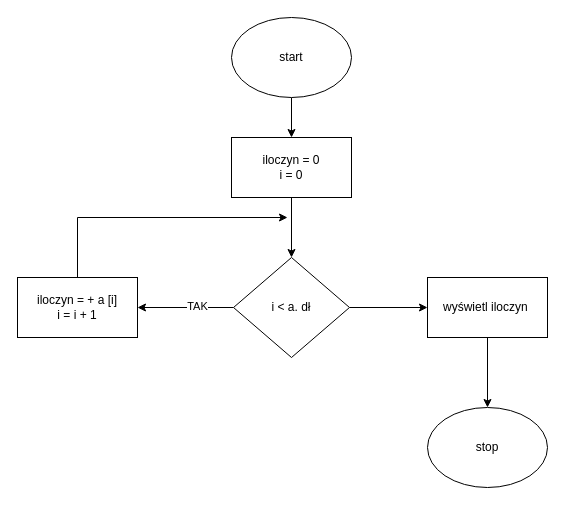
Before: iloczyn elementów tablicy.drawio in adamczewskyy/algorytmy, a draw.io diagram. Source tidied: cells renumbered, new cells numbered last; positions are measured from the earlier drawing's top-left corner, leaving out a move shared by most shapes. Both pictures are drawn from the tidied source at 100%, with x=0, y=0 at pixel (17, 17).
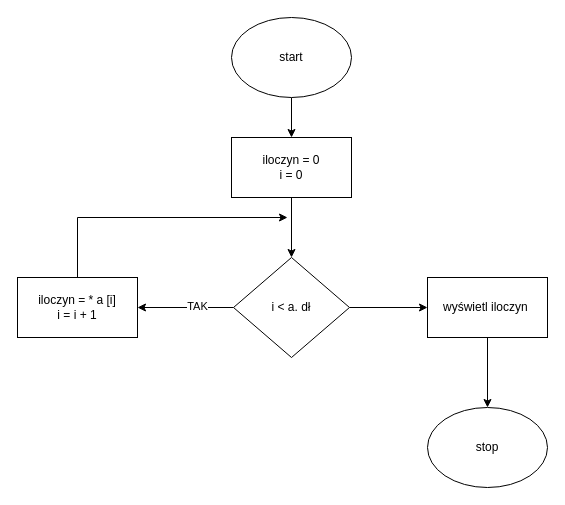
Above is the later version.

What changed in the source:
```diff
@@
 <mxGraphModel>
   <root>
     <mxCell id="0" />
     <mxCell id="1" parent="0" />
     <mxCell id="2" style="edgeStyle=orthogonalEdgeStyle;rounded=0;jettySize=auto;html=1;" parent="1" edge="1" source="3" target="5">
       <mxGeometry relative="1" as="geometry" />
     </mxCell>
     <mxCell id="3" value="start" style="ellipse;whiteSpace=wrap;html=1;" parent="1" vertex="1">
       <mxGeometry x="214" width="120" height="80" as="geometry" />
     </mxCell>
     <mxCell id="4" style="edgeStyle=orthogonalEdgeStyle;rounded=0;jettySize=auto;html=1;" parent="1" edge="1" source="5" target="9">
       <mxGeometry relative="1" as="geometry" />
     </mxCell>
     <mxCell id="5" value="iloczyn = 0&lt;br&gt;i = 0" style="rounded=0;whiteSpace=wrap;html=1;" parent="1" vertex="1">
       <mxGeometry x="214" y="120" width="120" height="60" as="geometry" />
     </mxCell>
     <mxCell id="6" style="edgeStyle=orthogonalEdgeStyle;rounded=0;jettySize=auto;html=1;" parent="1" edge="1" source="9" target="11">
       <mxGeometry relative="1" as="geometry" />
     </mxCell>
     <mxCell id="7" value="TAK" style="edgeLabel;html=1;align=center;verticalAlign=middle;" parent="6" vertex="1">
       <mxGeometry x="-0.23" y="-2" relative="1" as="geometry" />
     </mxCell>
     <mxCell id="8" style="edgeStyle=orthogonalEdgeStyle;rounded=0;jettySize=auto;html=1;" parent="1" edge="1" source="9" target="13">
       <mxGeometry relative="1" as="geometry" />
     </mxCell>
     <mxCell id="9" value="i &amp;lt; a. dł" style="rhombus;whiteSpace=wrap;html=1;" parent="1" vertex="1">
       <mxGeometry x="216" y="240" width="116" height="100" as="geometry" />
     </mxCell>
     <mxCell id="10" style="edgeStyle=orthogonalEdgeStyle;rounded=0;jettySize=auto;html=1;" parent="1" edge="1" source="11">
       <mxGeometry relative="1" as="geometry">
         <mxPoint x="270" y="200" as="targetPoint" />
         <Array as="points">
           <mxPoint x="60" y="200" />
         </Array>
       </mxGeometry>
     </mxCell>
-    <mxCell id="11" value="iloczyn = + a [i]&lt;br&gt;i = i + 1" style="rounded=0;whiteSpace=wrap;html=1;" parent="1" vertex="1">
+    <mxCell id="11" value="iloczyn = * a [i]&lt;br&gt;i = i + 1" style="rounded=0;whiteSpace=wrap;html=1;" parent="1" vertex="1">
       <mxGeometry y="260" width="120" height="60" as="geometry" />
     </mxCell>
     <mxCell id="12" style="edgeStyle=orthogonalEdgeStyle;rounded=0;jettySize=auto;html=1;" parent="1" edge="1" source="13" target="14">
       <mxGeometry relative="1" as="geometry" />
     </mxCell>
     <mxCell id="13" value="wyświetl iloczyn&amp;nbsp;" style="rounded=0;whiteSpace=wrap;html=1;" parent="1" vertex="1">
       <mxGeometry x="410" y="260" width="120" height="60" as="geometry" />
     </mxCell>
     <mxCell id="14" value="stop" style="ellipse;whiteSpace=wrap;html=1;" parent="1" vertex="1">
       <mxGeometry x="410" y="390" width="120" height="80" as="geometry" />
     </mxCell>
   </root>
 </mxGraphModel>
```
